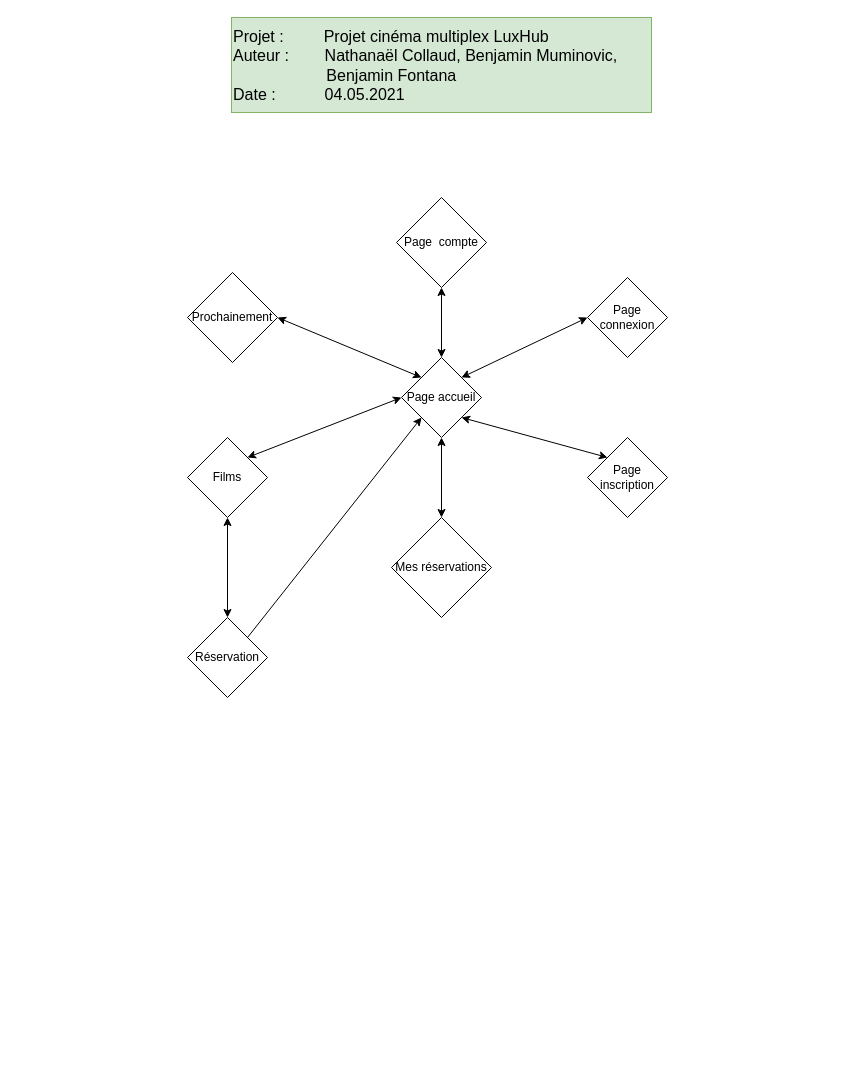
Before: doc/Schéma de navigation/schéma de navigation.drawio in benjaminMum/LuxHub, a draw.io diagram. Source tidied: cells renumbered, new cells numbered last; positions are measured from the earlier drawing's top-left corner, leaving out a move shared by most shapes. Both pictures are drawn from the tidied source at 100%, with x=0, y=0 at pixel (187, 17).
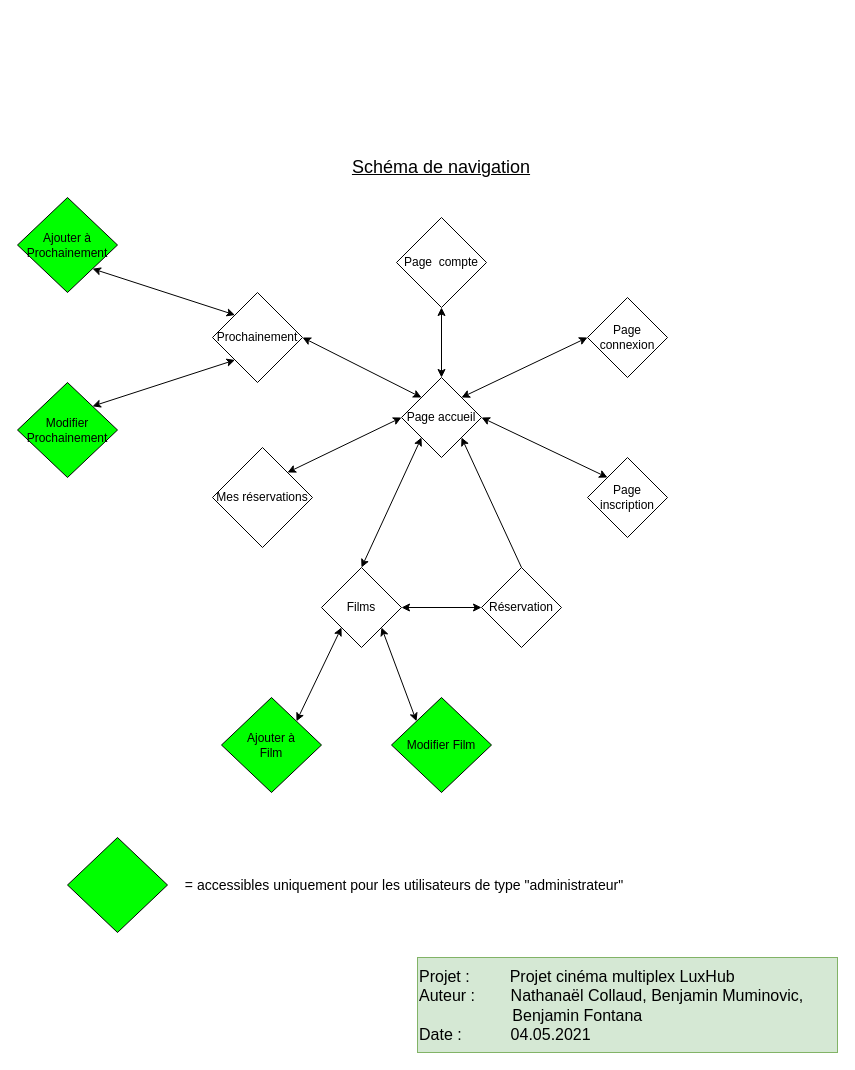
The same diagram, later.

The edit, as a diff of the source:
```diff
@@
     <mxCell id="2" value="Page accueil" style="rhombus;whiteSpace=wrap;html=1;" parent="1" vertex="1">
-      <mxGeometry x="214" y="340" width="80" height="80" as="geometry" />
+      <mxGeometry x="214" y="360" width="80" height="80" as="geometry" />
     </mxCell>
     <mxCell id="3" value="Page connexion" style="rhombus;whiteSpace=wrap;html=1;" parent="1" vertex="1">
-      <mxGeometry x="400" y="260" width="80" height="80" as="geometry" />
+      <mxGeometry x="400" y="280" width="80" height="80" as="geometry" />
     </mxCell>
     <mxCell id="4" value="Films" style="rhombus;whiteSpace=wrap;html=1;" parent="1" vertex="1">
-      <mxGeometry y="420" width="80" height="80" as="geometry" />
+      <mxGeometry x="134" y="550" width="80" height="80" as="geometry" />
     </mxCell>
     <mxCell id="5" value="Page&amp;nbsp; compte" style="rhombus;whiteSpace=wrap;html=1;" parent="1" vertex="1">
-      <mxGeometry x="209" y="180" width="90" height="90" as="geometry" />
+      <mxGeometry x="209" y="200" width="90" height="90" as="geometry" />
     </mxCell>
-    <mxCell id="6" style="endArrow=classic;startArrow=classic;html=1;entryX=0;entryY=0.5;entryDx=0;entryDy=0;exitX=1;exitY=0;exitDx=0;exitDy=0;" parent="1" edge="1" source="4" target="2">
+    <mxCell id="6" style="endArrow=classic;startArrow=classic;html=1;entryX=0;entryY=1;entryDx=0;entryDy=0;exitX=0.5;exitY=0;exitDx=0;exitDy=0;" parent="1" edge="1" source="4" target="2">
       <mxGeometry relative="1" as="geometry" />
     </mxCell>
@@
     <mxCell id="9" value="Réservation" style="rhombus;whiteSpace=wrap;html=1;" parent="1" vertex="1">
-      <mxGeometry y="600" width="80" height="80" as="geometry" />
+      <mxGeometry x="294" y="550" width="80" height="80" as="geometry" />
     </mxCell>
     <mxCell id="10" value="&lt;font style=&quot;font-size: 12px&quot;&gt;Prochainement&lt;/font&gt;" style="rhombus;whiteSpace=wrap;html=1;" parent="1" vertex="1">
-      <mxGeometry y="255" width="90" height="90" as="geometry" />
+      <mxGeometry x="25" y="275" width="90" height="90" as="geometry" />
     </mxCell>
@@
-    <mxCell id="12" style="endArrow=classic;startArrow=classic;html=1;entryX=0.5;entryY=1;entryDx=0;entryDy=0;exitX=0.5;exitY=0;exitDx=0;exitDy=0;" parent="1" edge="1" source="9" target="4">
+    <mxCell id="12" style="endArrow=classic;startArrow=classic;html=1;entryX=1;entryY=0.5;entryDx=0;entryDy=0;exitX=0;exitY=0.5;exitDx=0;exitDy=0;" parent="1" edge="1" source="9" target="4">
       <mxGeometry relative="1" as="geometry" />
     </mxCell>
-    <mxCell id="13" style="endArrow=classic;html=1;entryX=0;entryY=1;entryDx=0;entryDy=0;exitX=1;exitY=0;exitDx=0;exitDy=0;" parent="1" edge="1" source="9" target="2">
+    <mxCell id="13" style="endArrow=classic;html=1;entryX=1;entryY=1;entryDx=0;entryDy=0;exitX=0.5;exitY=0;exitDx=0;exitDy=0;" parent="1" edge="1" source="9" target="2">
       <mxGeometry relative="1" as="geometry" />
     </mxCell>
     <mxCell id="14" value="Page inscription" style="rhombus;whiteSpace=wrap;html=1;" parent="1" vertex="1">
-      <mxGeometry x="400" y="420" width="80" height="80" as="geometry" />
+      <mxGeometry x="400" y="440" width="80" height="80" as="geometry" />
     </mxCell>
     <mxCell id="15" value="Mes réservations" style="rhombus;whiteSpace=wrap;html=1;" parent="1" vertex="1">
-      <mxGeometry x="204" y="500" width="100" height="100" as="geometry" />
+      <mxGeometry x="25" y="430" width="100" height="100" as="geometry" />
     </mxCell>
-    <mxCell id="16" style="endArrow=classic;startArrow=classic;html=1;entryX=0;entryY=0;entryDx=0;entryDy=0;exitX=1;exitY=1;exitDx=0;exitDy=0;" parent="1" edge="1" source="2" target="14">
+    <mxCell id="16" style="endArrow=classic;startArrow=classic;html=1;entryX=0;entryY=0;entryDx=0;entryDy=0;exitX=1;exitY=0.5;exitDx=0;exitDy=0;" parent="1" edge="1" source="2" target="14">
       <mxGeometry relative="1" as="geometry" />
     </mxCell>
-    <mxCell id="17" style="endArrow=classic;startArrow=classic;html=1;entryX=0.5;entryY=1;entryDx=0;entryDy=0;exitX=0.5;exitY=0;exitDx=0;exitDy=0;" parent="1" edge="1" source="15" target="2">
+    <mxCell id="17" style="endArrow=classic;startArrow=classic;html=1;exitX=1;exitY=0;exitDx=0;exitDy=0;entryX=0;entryY=0.5;entryDx=0;entryDy=0;" parent="1" edge="1" source="15" target="2">
       <mxGeometry relative="1" as="geometry" />
     </mxCell>
     <mxCell id="18" value="Projet :&amp;nbsp; &amp;nbsp; &amp;nbsp; &amp;nbsp; &amp;nbsp;Projet cinéma multiplex LuxHub&lt;br&gt;&lt;span style=&quot;text-align: center&quot;&gt;Auteur :&amp;nbsp; &amp;nbsp; &amp;nbsp; &amp;nbsp; Nathanaël Collaud, Benjamin Muminovic,&amp;nbsp; &amp;nbsp; &amp;nbsp; &amp;nbsp; &amp;nbsp; &amp;nbsp; &amp;nbsp; &amp;nbsp; &amp;nbsp; &amp;nbsp; &amp;nbsp; &amp;nbsp; &amp;nbsp; &amp;nbsp; &amp;nbsp;Benjamin Fontana&lt;/span&gt;&lt;br&gt;&lt;div&gt;Date :&amp;nbsp; &amp;nbsp; &amp;nbsp; &amp;nbsp; &amp;nbsp; &amp;nbsp;04.05.2021&lt;/div&gt;" style="rounded=0;whiteSpace=wrap;html=1;labelBackgroundColor=none;strokeColor=#82b366;fontSize=16;align=left;fillColor=#d5e8d4;" parent="1" vertex="1">
-      <mxGeometry x="44" width="420" height="95" as="geometry" />
+      <mxGeometry x="230" y="940" width="420" height="95" as="geometry" />
     </mxCell>
+    <mxCell id="19" value="&lt;u&gt;&lt;font style=&quot;font-size: 18px&quot;&gt;Schéma de navigation&lt;/font&gt;&lt;/u&gt;" style="text;html=1;strokeColor=none;fillColor=none;align=center;verticalAlign=middle;whiteSpace=wrap;rounded=0;" parent="1" vertex="1">
+      <mxGeometry x="134" y="140" width="240" height="20" as="geometry" />
+    </mxCell>
+    <mxCell id="20" value="Ajouter à&lt;br&gt;Prochainement" style="rhombus;whiteSpace=wrap;html=1;fillColor=#00FF00;" parent="1" vertex="1">
+      <mxGeometry x="-170" y="180" width="100" height="95" as="geometry" />
+    </mxCell>
+    <mxCell id="21" value="Modifier&lt;br&gt;Prochainement" style="rhombus;whiteSpace=wrap;html=1;fillColor=#00FF00;" parent="1" vertex="1">
+      <mxGeometry x="-170" y="365" width="100" height="95" as="geometry" />
+    </mxCell>
+    <mxCell id="22" style="endArrow=classic;startArrow=classic;html=1;entryX=0;entryY=0;entryDx=0;entryDy=0;exitX=1;exitY=1;exitDx=0;exitDy=0;" parent="1" edge="1" source="20" target="10">
+      <mxGeometry relative="1" as="geometry" />
+    </mxCell>
+    <mxCell id="23" style="endArrow=classic;startArrow=classic;html=1;exitX=1;exitY=0;exitDx=0;exitDy=0;entryX=0;entryY=1;entryDx=0;entryDy=0;" parent="1" edge="1" source="21" target="10">
+      <mxGeometry relative="1" as="geometry" />
+    </mxCell>
+    <mxCell id="24" value="Ajouter à&lt;br&gt;Film" style="rhombus;whiteSpace=wrap;html=1;fillColor=#00FF00;" parent="1" vertex="1">
+      <mxGeometry x="34" y="680" width="100" height="95" as="geometry" />
+    </mxCell>
+    <mxCell id="25" value="Modifier Film" style="rhombus;whiteSpace=wrap;html=1;fillColor=#00FF00;" parent="1" vertex="1">
+      <mxGeometry x="204" y="680" width="100" height="95" as="geometry" />
+    </mxCell>
+    <mxCell id="26" style="endArrow=classic;startArrow=classic;html=1;exitX=1;exitY=0;exitDx=0;exitDy=0;entryX=0;entryY=1;entryDx=0;entryDy=0;" parent="1" edge="1" source="24" target="4">
+      <mxGeometry relative="1" as="geometry" />
+    </mxCell>
+    <mxCell id="27" style="endArrow=classic;startArrow=classic;html=1;exitX=1;exitY=1;exitDx=0;exitDy=0;entryX=0;entryY=0;entryDx=0;entryDy=0;" parent="1" edge="1" source="4" target="25">
+      <mxGeometry relative="1" as="geometry" />
+    </mxCell>
+    <mxCell id="28" style="rhombus;whiteSpace=wrap;html=1;fillColor=#00FF00;" parent="1" vertex="1">
+      <mxGeometry x="-120" y="820" width="100" height="95" as="geometry" />
+    </mxCell>
+    <mxCell id="29" value="&lt;font style=&quot;font-size: 14px&quot;&gt;= accessibles uniquement pour les utilisateurs de type &quot;administrateur&quot;&lt;/font&gt;" style="text;html=1;strokeColor=none;fillColor=none;align=center;verticalAlign=middle;whiteSpace=wrap;rounded=0;" parent="1" vertex="1">
+      <mxGeometry x="-6" y="857.5" width="446" height="20" as="geometry" />
+    </mxCell>
```
